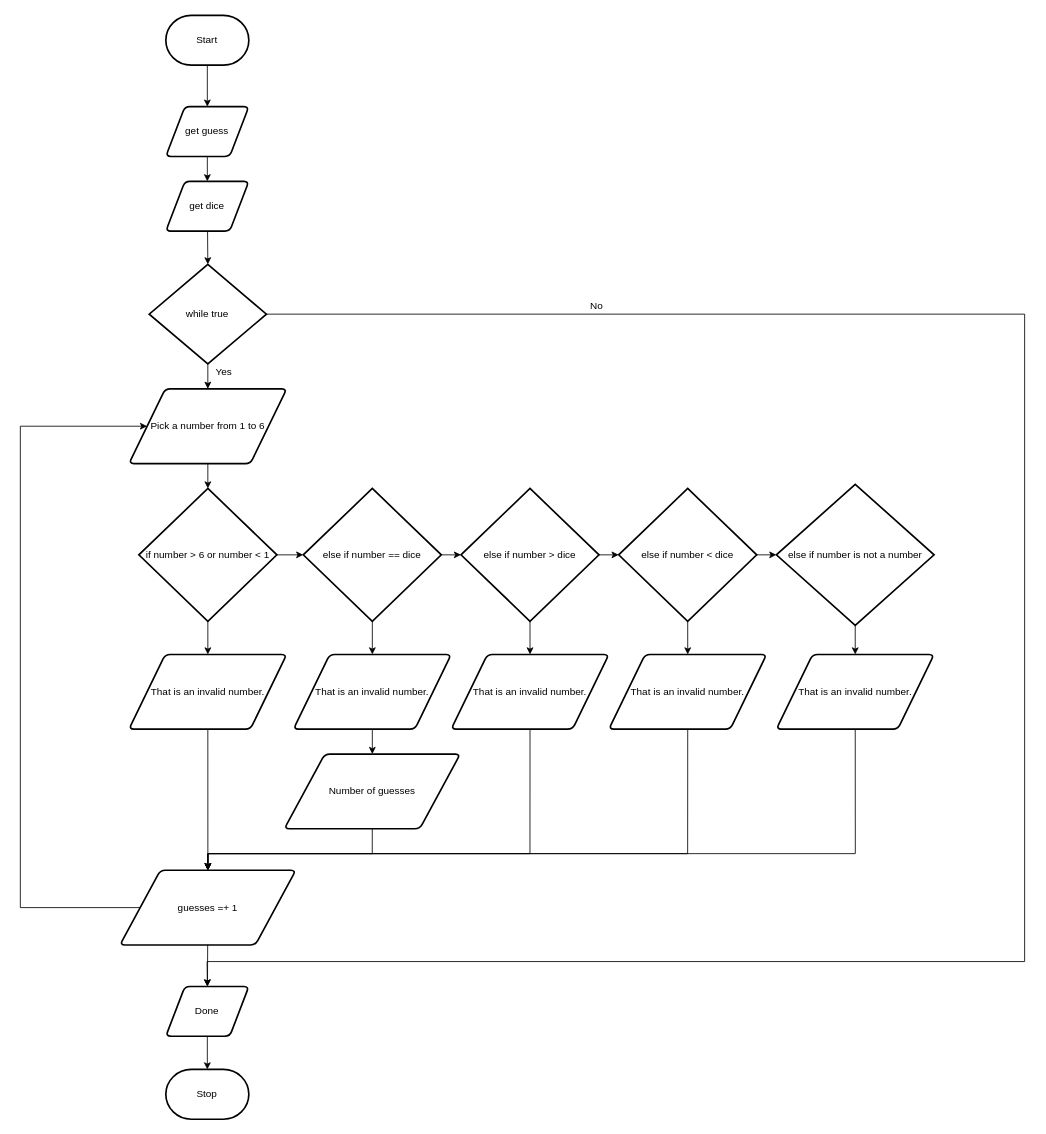
Above: flowchart.drawio in Rodas-Nega1/ics4u-unit-1-04-typescript (draw.io), before the change. Source tidied: cells renumbered, new cells numbered last; positions are measured from the earlier drawing's top-left corner, leaving out a move shared by most shapes. Both pictures are drawn from the tidied source at 83%, with x=0, y=0 at pixel (20, 15).
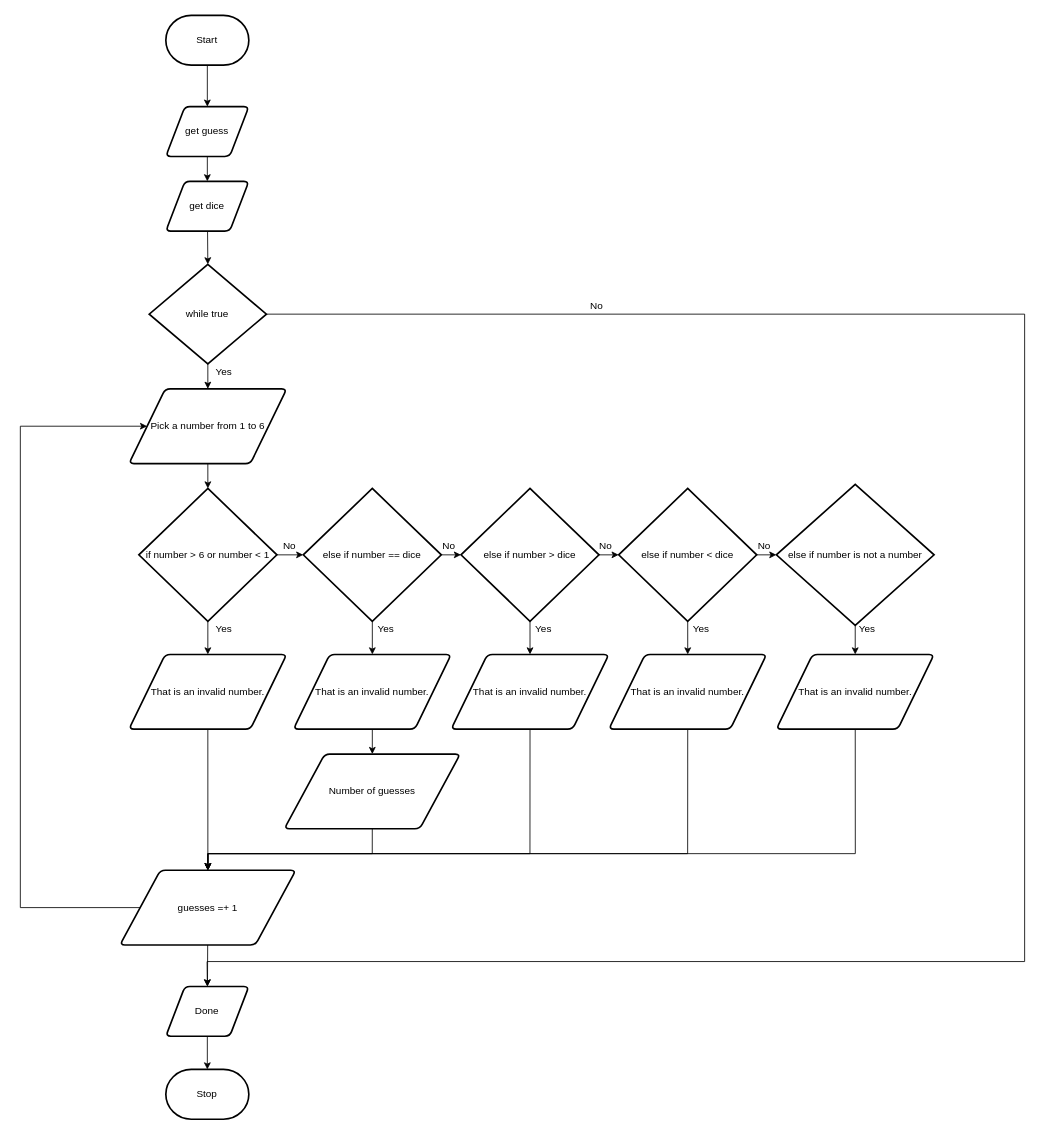
Above is the later version.

Unchanged cells that the change refers to:
```xml
<mxCell id="20" value="&lt;span id=&quot;docs-internal-guid-6195adaa-7fff-0db7-8f2a-d677f404ffa1&quot;&gt;&lt;span style=&quot;background-color: transparent ; vertical-align: baseline&quot;&gt;if number &amp;gt; 6 or number &amp;lt; 1&lt;/span&gt;&lt;/span&gt;" style="strokeWidth=2;html=1;shape=mxgraph.flowchart.decision;whiteSpace=wrap;" parent="1" vertex="1">
  <mxGeometry x="142.8" y="570" width="166.3" height="160" as="geometry" />
</mxCell>
<mxCell id="22" value="That is an invalid number." style="shape=parallelogram;html=1;strokeWidth=2;perimeter=parallelogramPerimeter;whiteSpace=wrap;rounded=1;arcSize=12;size=0.23;" parent="1" vertex="1">
  <mxGeometry x="130.9" y="770" width="190" height="90" as="geometry" />
</mxCell>
<mxCell id="25" value="else if number == dice" style="strokeWidth=2;html=1;shape=mxgraph.flowchart.decision;whiteSpace=wrap;" parent="1" vertex="1">
  <mxGeometry x="340.9" y="570" width="166.3" height="160" as="geometry" />
</mxCell>
```

The edit, as a diff of the source:
```diff
@@
+    <mxCell id="19" style="edgeStyle=none;html=1;" parent="1" edge="1" source="20" target="25">
+      <mxGeometry relative="1" as="geometry" />
+    </mxCell>
-    <mxCell id="18" style="edgeStyle=none;html=1;" parent="1" edge="1" source="20" target="22">
+    <mxCell id="18" style="edgeStyle=none;html=1;entryX=0.5;entryY=0;entryDx=0;entryDy=0;" parent="1" edge="1" source="20" target="22">
       <mxGeometry relative="1" as="geometry" />
     </mxCell>
-    <mxCell id="19" style="edgeStyle=none;html=1;" parent="1" edge="1" source="20" target="25">
-      <mxGeometry relative="1" as="geometry" />
-    </mxCell>
@@
+    <mxCell id="50" value="Yes" style="text;html=1;align=center;verticalAlign=middle;points=[];fillColor=none;strokeColor=none;rounded=0;" parent="1" vertex="1">
+      <mxGeometry x="225" y="730" width="40" height="20" as="geometry" />
+    </mxCell>
+    <mxCell id="51" style="edgeStyle=none;html=1;endArrow=none;" parent="1" edge="1" source="20" target="50">
+      <mxGeometry relative="1" as="geometry" />
+    </mxCell>
+    <mxCell id="52" value="Yes" style="text;html=1;align=center;verticalAlign=middle;fillColor=none;strokeColor=none;rounded=0;" parent="1" vertex="1">
+      <mxGeometry x="420" y="730" width="40" height="20" as="geometry" />
+    </mxCell>
+    <mxCell id="53" value="Yes" style="text;html=1;align=center;verticalAlign=middle;fillColor=none;strokeColor=none;rounded=0;" parent="1" vertex="1">
+      <mxGeometry x="610" y="730" width="40" height="20" as="geometry" />
+    </mxCell>
+    <mxCell id="54" value="Yes" style="text;html=1;align=center;verticalAlign=middle;fillColor=none;strokeColor=none;rounded=0;" parent="1" vertex="1">
+      <mxGeometry x="800" y="730" width="40" height="20" as="geometry" />
+    </mxCell>
+    <mxCell id="55" value="Yes" style="text;html=1;align=center;verticalAlign=middle;fillColor=none;strokeColor=none;rounded=0;" parent="1" vertex="1">
+      <mxGeometry x="1000" y="730" width="40" height="20" as="geometry" />
+    </mxCell>
+    <mxCell id="56" value="No" style="text;html=1;align=center;verticalAlign=middle;fillColor=none;strokeColor=none;rounded=0;" parent="1" vertex="1">
+      <mxGeometry x="309.1" y="630" width="30" height="20" as="geometry" />
+    </mxCell>
+    <mxCell id="57" value="No" style="text;html=1;align=center;verticalAlign=middle;fillColor=none;strokeColor=none;rounded=0;" parent="1" vertex="1">
+      <mxGeometry x="500.9" y="630" width="30" height="20" as="geometry" />
+    </mxCell>
+    <mxCell id="58" value="No" style="text;html=1;align=center;verticalAlign=middle;fillColor=none;strokeColor=none;rounded=0;" parent="1" vertex="1">
+      <mxGeometry x="690" y="630" width="30" height="20" as="geometry" />
+    </mxCell>
+    <mxCell id="59" value="No" style="text;html=1;align=center;verticalAlign=middle;fillColor=none;strokeColor=none;rounded=0;" parent="1" vertex="1">
+      <mxGeometry x="880.9" y="630" width="30" height="20" as="geometry" />
+    </mxCell>
```
